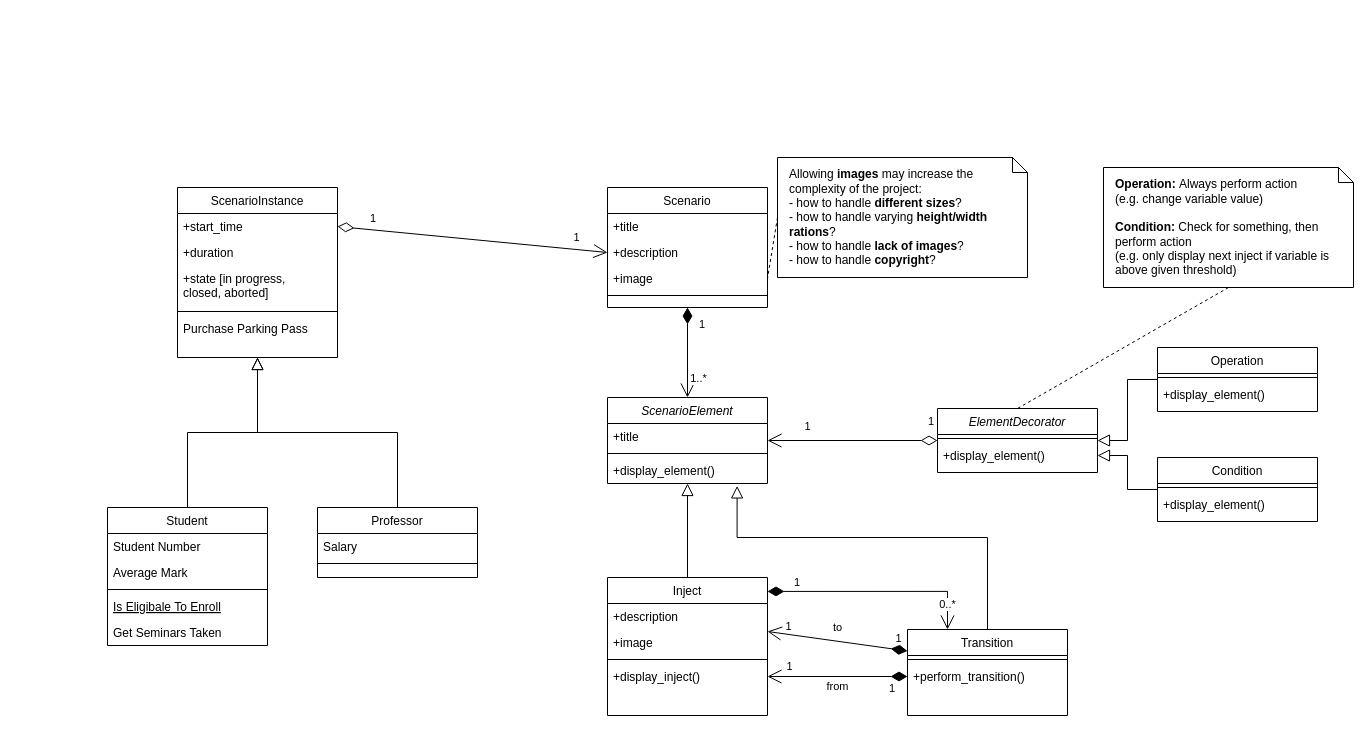
Above: artefacts/diagrams/class diagram.drawio in Elias-Ladenburger/CSEP (draw.io), before the change. Source tidied: cells renumbered, new cells numbered last; positions are measured from the earlier drawing's top-left corner, leaving out a move shared by most shapes. Both pictures are drawn from the tidied source at 100%, with x=0, y=0 at pixel (107, 157).
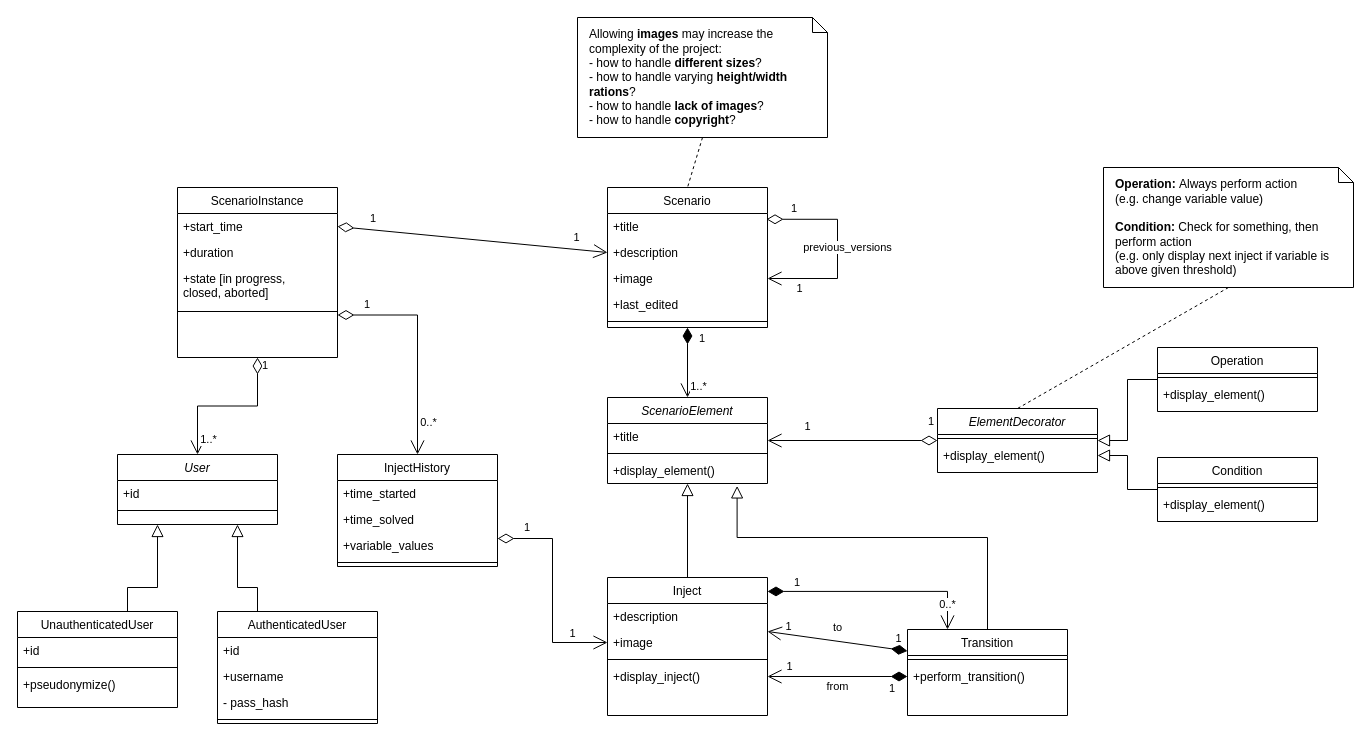
The same page after the edit.

Unchanged cells that the change refers to:
```xml
<mxCell id="2" value="ScenarioInstance" style="swimlane;fontStyle=0;align=center;verticalAlign=top;horizontal=1;startSize=26;rounded=0;shadow=0;strokeWidth=1;" parent="1" vertex="1">
  <mxGeometry x="70" y="30" width="160" height="170" as="geometry" />
</mxCell>
<mxCell id="20" value="+title" style="text;align=left;verticalAlign=top;spacingLeft=4;spacingRight=4;overflow=hidden;points=[[0,0.5],[1,0.5]];portConstraint=eastwest;" parent="19" vertex="1">
  <mxGeometry y="26" width="160" height="26" as="geometry" />
</mxCell>
<mxCell id="22" value="+image" style="text;align=left;verticalAlign=top;spacingLeft=4;spacingRight=4;overflow=hidden;points=[[0,0.5],[1,0.5]];portConstraint=eastwest;rounded=0;shadow=0;html=0;" parent="19" vertex="1">
  <mxGeometry y="78" width="160" height="26" as="geometry" />
</mxCell>
<mxCell id="26" value="+image" style="text;align=left;verticalAlign=top;spacingLeft=4;spacingRight=4;overflow=hidden;points=[[0,0.5],[1,0.5]];portConstraint=eastwest;rounded=0;shadow=0;html=0;" parent="24" vertex="1">
  <mxGeometry y="52" width="160" height="26" as="geometry" />
</mxCell>
```

Change to the diagram source:
```diff
@@
-    <mxCell id="7" value="Purchase Parking Pass" style="text;align=left;verticalAlign=top;spacingLeft=4;spacingRight=4;overflow=hidden;" parent="2" vertex="1">
-      <mxGeometry y="128" width="160" height="26" as="geometry" />
-    </mxCell>
-    <mxCell id="8" value="Student" style="swimlane;fontStyle=0;align=center;verticalAlign=top;horizontal=1;startSize=26;rounded=0;shadow=0;strokeWidth=1;" parent="1" vertex="1">
-      <mxGeometry y="350" width="160" height="138" as="geometry" />
+    <mxCell id="8" value="User" style="swimlane;fontStyle=2;align=center;verticalAlign=top;horizontal=1;startSize=26;rounded=0;shadow=0;strokeWidth=1;" parent="1" vertex="1">
+      <mxGeometry x="10" y="297" width="160" height="70" as="geometry" />
     </mxCell>
-    <mxCell id="9" value="Student Number" style="text;align=left;verticalAlign=top;spacingLeft=4;spacingRight=4;overflow=hidden;" parent="8" vertex="1">
+    <mxCell id="9" value="+id" style="text;align=left;verticalAlign=top;spacingLeft=4;spacingRight=4;overflow=hidden;" parent="8" vertex="1">
       <mxGeometry y="26" width="160" height="26" as="geometry" />
     </mxCell>
-    <mxCell id="10" value="Average Mark" style="text;align=left;verticalAlign=top;spacingLeft=4;spacingRight=4;overflow=hidden;rounded=0;shadow=0;html=0;" parent="8" vertex="1">
-      <mxGeometry y="52" width="160" height="26" as="geometry" />
-    </mxCell>
     <mxCell id="11" style="line;html=1;strokeWidth=1;align=left;verticalAlign=middle;spacingTop=-1;spacingLeft=3;spacingRight=3;labelPosition=right;" parent="8" vertex="1">
-      <mxGeometry y="78" width="160" height="8" as="geometry" />
+      <mxGeometry y="52" width="160" height="8" as="geometry" />
     </mxCell>
-    <mxCell id="12" value="Is Eligibale To Enroll" style="text;align=left;verticalAlign=top;spacingLeft=4;spacingRight=4;overflow=hidden;fontStyle=4;" parent="8" vertex="1">
-      <mxGeometry y="86" width="160" height="26" as="geometry" />
-    </mxCell>
-    <mxCell id="13" value="Get Seminars Taken" style="text;align=left;verticalAlign=top;spacingLeft=4;spacingRight=4;overflow=hidden;" parent="8" vertex="1">
-      <mxGeometry y="112" width="160" height="26" as="geometry" />
-    </mxCell>
-    <mxCell id="14" style="endArrow=block;endSize=10;endFill=0;shadow=0;strokeWidth=1;rounded=0;edgeStyle=elbowEdgeStyle;elbow=vertical;" parent="1" edge="1" source="8" target="2">
-      <mxGeometry relative="1" as="geometry" />
-    </mxCell>
-    <mxCell id="15" value="Professor" style="swimlane;fontStyle=0;align=center;verticalAlign=top;horizontal=1;startSize=26;rounded=0;shadow=0;strokeWidth=1;" parent="1" vertex="1">
-      <mxGeometry x="210" y="350" width="160" height="70" as="geometry" />
+    <mxCell id="15" value="InjectHistory" style="swimlane;fontStyle=0;align=center;verticalAlign=top;horizontal=1;startSize=26;rounded=0;shadow=0;strokeWidth=1;" parent="1" vertex="1">
+      <mxGeometry x="230" y="297" width="160" height="112" as="geometry" />
     </mxCell>
-    <mxCell id="16" value="Salary" style="text;align=left;verticalAlign=top;spacingLeft=4;spacingRight=4;overflow=hidden;" parent="15" vertex="1">
-      <mxGeometry y="26" width="160" height="26" as="geometry" />
-    </mxCell>
+    <mxCell id="68" value="+time_started" style="text;align=left;verticalAlign=top;spacingLeft=4;spacingRight=4;overflow=hidden;rounded=0;shadow=0;html=0;" parent="15" vertex="1">
+      <mxGeometry y="26" width="160" height="26" as="geometry" />
+    </mxCell>
+    <mxCell id="69" value="+time_solved" style="text;align=left;verticalAlign=top;spacingLeft=4;spacingRight=4;overflow=hidden;rounded=0;shadow=0;html=0;" parent="15" vertex="1">
+      <mxGeometry y="52" width="160" height="26" as="geometry" />
+    </mxCell>
+    <mxCell id="70" value="+variable_values" style="text;align=left;verticalAlign=top;spacingLeft=4;spacingRight=4;overflow=hidden;rounded=0;shadow=0;html=0;" parent="15" vertex="1">
+      <mxGeometry y="78" width="160" height="26" as="geometry" />
+    </mxCell>
     <mxCell id="17" style="line;html=1;strokeWidth=1;align=left;verticalAlign=middle;spacingTop=-1;spacingLeft=3;spacingRight=3;labelPosition=right;" parent="15" vertex="1">
-      <mxGeometry y="52" width="160" height="8" as="geometry" />
+      <mxGeometry y="104" width="160" height="8" as="geometry" />
     </mxCell>
-    <mxCell id="18" style="endArrow=block;endSize=10;endFill=0;shadow=0;strokeWidth=1;rounded=0;edgeStyle=elbowEdgeStyle;elbow=vertical;" parent="1" edge="1" source="15" target="2">
-      <mxGeometry relative="1" as="geometry" />
-    </mxCell>
     <mxCell id="19" value="Scenario" style="swimlane;fontStyle=0;align=center;verticalAlign=top;horizontal=1;startSize=26;rounded=0;shadow=0;strokeWidth=1;" parent="1" vertex="1">
-      <mxGeometry x="500" y="30" width="160" height="120" as="geometry" />
+      <mxGeometry x="500" y="30" width="160" height="140" as="geometry" />
     </mxCell>
@@
+    <mxCell id="71" value="+last_edited" style="text;align=left;verticalAlign=top;spacingLeft=4;spacingRight=4;overflow=hidden;rounded=0;shadow=0;html=0;" parent="19" vertex="1">
+      <mxGeometry y="104" width="160" height="26" as="geometry" />
+    </mxCell>
     <mxCell id="23" style="line;html=1;strokeWidth=1;align=left;verticalAlign=middle;spacingTop=-1;spacingLeft=3;spacingRight=3;labelPosition=right;" parent="19" vertex="1">
-      <mxGeometry y="104" width="160" height="8" as="geometry" />
+      <mxGeometry y="130" width="160" height="8" as="geometry" />
     </mxCell>
+    <mxCell id="72" value="1" style="endArrow=open;html=1;endSize=12;startArrow=diamondThin;startSize=14;startFill=0;align=left;verticalAlign=bottom;entryX=1;entryY=0.5;entryDx=0;entryDy=0;rounded=0;exitX=0.994;exitY=0.222;exitDx=0;exitDy=0;exitPerimeter=0;edgeStyle=orthogonalEdgeStyle;" parent="19" edge="1" source="20" target="22">
+      <mxGeometry x="-0.78" y="2" relative="1" as="geometry">
+        <Array as="points">
+          <mxPoint x="230" y="32" />
+          <mxPoint x="230" y="91" />
+        </Array>
+        <mxPoint x="1" as="offset" />
+      </mxGeometry>
+    </mxCell>
+    <mxCell id="73" value="1" style="edgeLabel;html=1;align=center;verticalAlign=middle;" parent="72" vertex="1">
+      <mxGeometry x="0.47" y="1" relative="1" as="geometry">
+        <mxPoint x="-22.1" y="8" as="offset" />
+      </mxGeometry>
+    </mxCell>
+    <mxCell id="74" value="previous_versions" style="edgeLabel;html=1;align=center;verticalAlign=middle;" parent="72" vertex="1">
+      <mxGeometry x="0.14" relative="1" as="geometry">
+        <mxPoint x="9.9" y="-14.9" as="offset" />
+      </mxGeometry>
+    </mxCell>
@@
     <mxCell id="46" value="&lt;div&gt;Allowing &lt;b&gt;images &lt;/b&gt;may increase the complexity of the project:&lt;/div&gt;&lt;div&gt;- how to handle &lt;b&gt;different sizes&lt;/b&gt;?&lt;/div&gt;&lt;div&gt;- how to handle varying &lt;b&gt;height/width rations&lt;/b&gt;?&lt;br&gt;&lt;/div&gt;&lt;div&gt;- how to handle &lt;b&gt;lack of images&lt;/b&gt;?&lt;br&gt;&lt;/div&gt;&lt;div&gt;- how to handle &lt;b&gt;copyright&lt;/b&gt;?&lt;br&gt;&lt;/div&gt;" style="shape=note;size=15;align=left;spacingLeft=10;html=1;whiteSpace=wrap;" parent="1" vertex="1">
-      <mxGeometry x="670" width="250" height="120" as="geometry" />
+      <mxGeometry x="470" y="-140" width="250" height="120" as="geometry" />
     </mxCell>
-    <mxCell id="47" style="edgeStyle=none;endArrow=none;exitX=0;exitY=0.5;dashed=1;html=1;exitDx=0;exitDy=0;exitPerimeter=0;entryX=1;entryY=0.5;entryDx=0;entryDy=0;" parent="1" edge="1" source="46" target="22">
+    <mxCell id="47" style="edgeStyle=none;endArrow=none;exitX=0.5;exitY=1;dashed=1;html=1;exitDx=0;exitDy=0;exitPerimeter=0;entryX=0.5;entryY=0;entryDx=0;entryDy=0;" parent="1" edge="1" source="46" target="19">
       <mxGeometry x="1" relative="1" as="geometry" />
     </mxCell>
@@
+    <mxCell id="75" value="1" style="endArrow=open;html=1;endSize=12;startArrow=diamondThin;startSize=14;startFill=0;align=left;verticalAlign=bottom;entryX=0.5;entryY=0;entryDx=0;entryDy=0;rounded=0;exitX=1;exitY=0.75;exitDx=0;exitDy=0;edgeStyle=orthogonalEdgeStyle;" parent="1" edge="1" source="2" target="15">
+      <mxGeometry x="-0.78" y="2" relative="1" as="geometry">
+        <mxPoint x="1" as="offset" />
+      </mxGeometry>
+    </mxCell>
+    <mxCell id="76" value="0..*" style="edgeLabel;html=1;align=center;verticalAlign=middle;" parent="75" vertex="1">
+      <mxGeometry x="0.47" y="1" relative="1" as="geometry">
+        <mxPoint x="9" y="26.2" as="offset" />
+      </mxGeometry>
+    </mxCell>
+    <mxCell id="77" value="1" style="endArrow=open;html=1;endSize=12;startArrow=diamondThin;startSize=14;startFill=0;align=left;verticalAlign=bottom;entryX=0;entryY=0.5;entryDx=0;entryDy=0;rounded=0;exitX=1;exitY=0.75;exitDx=0;exitDy=0;edgeStyle=orthogonalEdgeStyle;" parent="1" edge="1" source="15" target="26">
+      <mxGeometry x="-0.78" y="2" relative="1" as="geometry">
+        <mxPoint x="1" as="offset" />
+      </mxGeometry>
+    </mxCell>
+    <mxCell id="78" value="1" style="edgeLabel;html=1;align=center;verticalAlign=middle;" parent="77" vertex="1">
+      <mxGeometry x="0.66" y="1" relative="1" as="geometry">
+        <mxPoint y="-9" as="offset" />
+      </mxGeometry>
+    </mxCell>
+    <mxCell id="79" value="1" style="endArrow=open;html=1;endSize=12;startArrow=diamondThin;startSize=14;startFill=0;align=left;verticalAlign=bottom;entryX=0.5;entryY=0;entryDx=0;entryDy=0;rounded=0;exitX=0.5;exitY=1;exitDx=0;exitDy=0;edgeStyle=orthogonalEdgeStyle;" parent="1" edge="1" source="2" target="8">
+      <mxGeometry x="-0.78" y="2" relative="1" as="geometry">
+        <mxPoint x="1" as="offset" />
+      </mxGeometry>
+    </mxCell>
+    <mxCell id="80" value="1..*" style="edgeLabel;html=1;align=center;verticalAlign=middle;" parent="79" vertex="1">
+      <mxGeometry x="0.47" y="1" relative="1" as="geometry">
+        <mxPoint x="9" y="26.2" as="offset" />
+      </mxGeometry>
+    </mxCell>
+    <mxCell id="81" value="AuthenticatedUser" style="swimlane;fontStyle=0;align=center;verticalAlign=top;horizontal=1;startSize=26;rounded=0;shadow=0;strokeWidth=1;" parent="1" vertex="1">
+      <mxGeometry x="110" y="454" width="160" height="112" as="geometry" />
+    </mxCell>
+    <mxCell id="82" value="+id" style="text;align=left;verticalAlign=top;spacingLeft=4;spacingRight=4;overflow=hidden;" parent="81" vertex="1">
+      <mxGeometry y="26" width="160" height="26" as="geometry" />
+    </mxCell>
+    <mxCell id="83" value="+username" style="text;align=left;verticalAlign=top;spacingLeft=4;spacingRight=4;overflow=hidden;" parent="81" vertex="1">
+      <mxGeometry y="52" width="160" height="26" as="geometry" />
+    </mxCell>
+    <mxCell id="84" value="- pass_hash" style="text;align=left;verticalAlign=top;spacingLeft=4;spacingRight=4;overflow=hidden;" parent="81" vertex="1">
+      <mxGeometry y="78" width="160" height="26" as="geometry" />
+    </mxCell>
+    <mxCell id="85" style="line;html=1;strokeWidth=1;align=left;verticalAlign=middle;spacingTop=-1;spacingLeft=3;spacingRight=3;labelPosition=right;" parent="81" vertex="1">
+      <mxGeometry y="104" width="160" height="8" as="geometry" />
+    </mxCell>
+    <mxCell id="86" value="UnauthenticatedUser" style="swimlane;fontStyle=0;align=center;verticalAlign=top;horizontal=1;startSize=26;rounded=0;shadow=0;strokeWidth=1;" parent="1" vertex="1">
+      <mxGeometry x="-90" y="454" width="160" height="96" as="geometry" />
+    </mxCell>
+    <mxCell id="87" value="+id" style="text;align=left;verticalAlign=top;spacingLeft=4;spacingRight=4;overflow=hidden;" parent="86" vertex="1">
+      <mxGeometry y="26" width="160" height="26" as="geometry" />
+    </mxCell>
+    <mxCell id="88" style="line;html=1;strokeWidth=1;align=left;verticalAlign=middle;spacingTop=-1;spacingLeft=3;spacingRight=3;labelPosition=right;" parent="86" vertex="1">
+      <mxGeometry y="52" width="160" height="8" as="geometry" />
+    </mxCell>
+    <mxCell id="89" value="+pseudonymize()" style="text;align=left;verticalAlign=top;spacingLeft=4;spacingRight=4;overflow=hidden;" parent="86" vertex="1">
+      <mxGeometry y="60" width="160" height="26" as="geometry" />
+    </mxCell>
+    <mxCell id="90" style="endArrow=block;endSize=10;endFill=0;shadow=0;strokeWidth=1;rounded=0;elbow=vertical;entryX=0.75;entryY=1;entryDx=0;entryDy=0;exitX=0.25;exitY=0;exitDx=0;exitDy=0;edgeStyle=orthogonalEdgeStyle;" parent="1" edge="1" source="81" target="8">
+      <mxGeometry relative="1" as="geometry">
+        <Array as="points">
+          <mxPoint x="150" y="430" />
+          <mxPoint x="130" y="430" />
+        </Array>
+      </mxGeometry>
+    </mxCell>
+    <mxCell id="91" style="endArrow=block;endSize=10;endFill=0;shadow=0;strokeWidth=1;rounded=0;elbow=vertical;exitX=0.5;exitY=0;exitDx=0;exitDy=0;edgeStyle=orthogonalEdgeStyle;entryX=0.25;entryY=1;entryDx=0;entryDy=0;" parent="1" edge="1" source="86" target="8">
+      <mxGeometry relative="1" as="geometry">
+        <Array as="points">
+          <mxPoint x="20" y="430" />
+          <mxPoint x="50" y="430" />
+        </Array>
+      </mxGeometry>
+    </mxCell>
```
